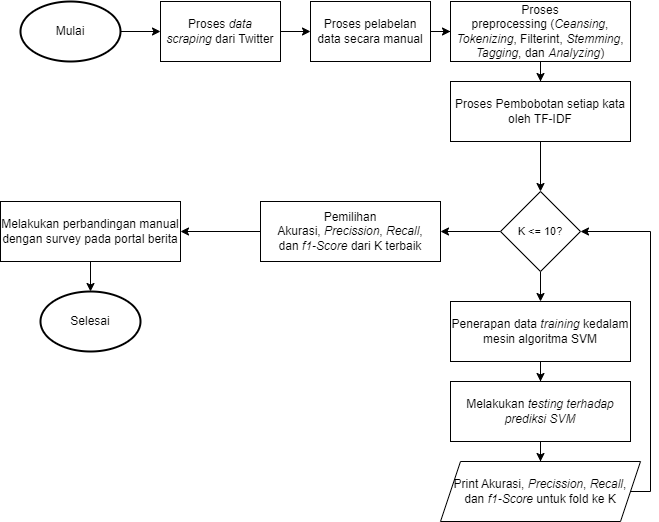
This is Asset/Flowchart Penelitian.png from FnsAja/Skripsi, a draw.io export, as it was before one commit. Source tidied: cells renumbered, new cells last; positions are measured from the earlier drawing's top-left corner, leaving out a move shared by most shapes.
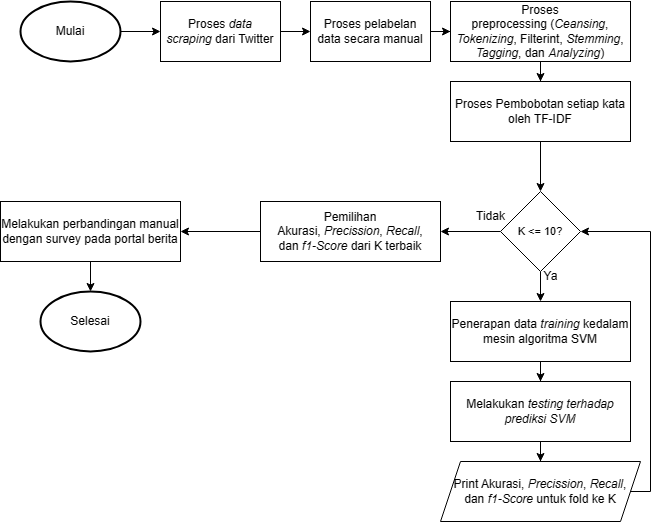
After the change.

Change to the diagram source:
```diff
@@ -79,5 +79,11 @@
     <mxCell id="25" value="Melakukan perbandingan manual dengan survey pada portal berita" style="rounded=0;whiteSpace=wrap;html=1;" parent="1" vertex="1">
       <mxGeometry y="200" width="180" height="60" as="geometry" />
     </mxCell>
+    <mxCell id="26" value="Ya" style="text;html=1;align=center;verticalAlign=middle;strokeColor=none;fillColor=none;" parent="1" vertex="1">
+      <mxGeometry x="530" y="260" width="40" height="30" as="geometry" />
+    </mxCell>
+    <mxCell id="27" value="Tidak" style="text;html=1;align=center;verticalAlign=middle;strokeColor=none;fillColor=none;" parent="1" vertex="1">
+      <mxGeometry x="465" y="200" width="50" height="30" as="geometry" />
+    </mxCell>
   </root>
 </mxGraphModel>
```
